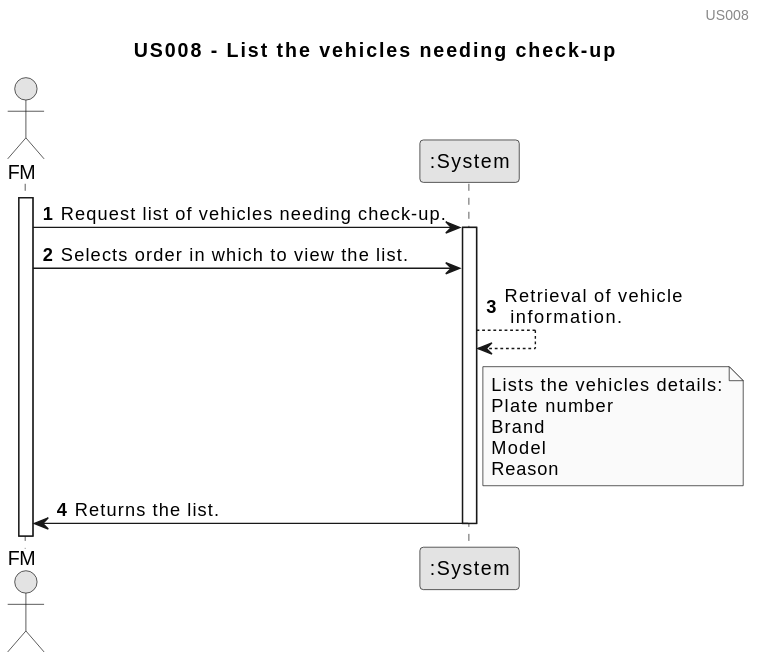
Before: docs/sprintC/us026/01.requirements-engineering/svg/us026-sequence_diagram.svg, a diagram exported from PlantUML (rpedros02/lei-24-s2-1DL-g08).
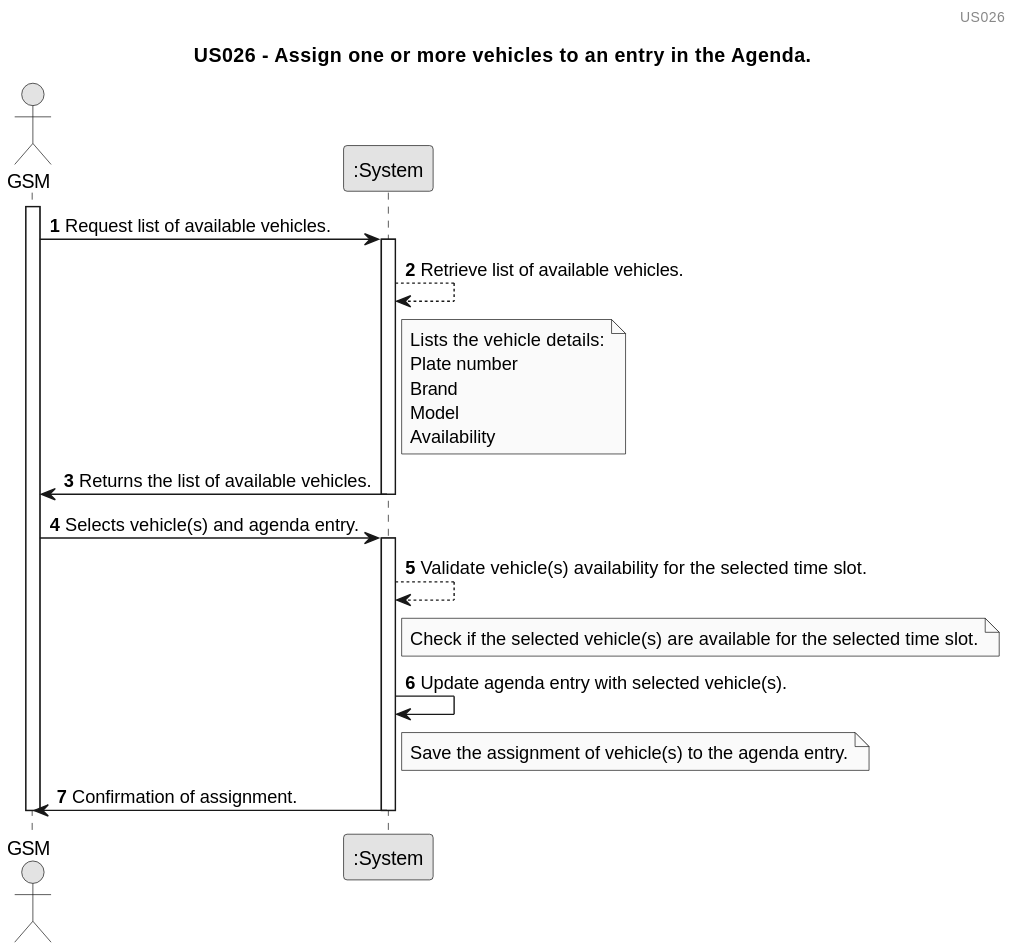
After the change.

What changed in the source:
```diff
@@ -3,20 +3,29 @@
 skinparam packageStyle rectangle
 skinparam shadowing false
 
-title US008 - List the vehicles needing check-up
-header US008
+title US026 - Assign one or more vehicles to an entry in the Agenda.
+header US026
 autonumber
-
-actor "FM" as fm
+actor "GSM" as gsm
 participant ":System" as System
 
-activate fm
+activate gsm
 
-    fm -> System : Request list of vehicles needing check-up.
+    gsm -> System : Request list of available vehicles.
     activate System
-        fm -> System : Selects order in which to view the list.
-        System --> System : Retrieval of vehicle\n information.
-        note right System : Lists the vehicles details:\nPlate number\nBrand\nModel\nReason
-        System -> fm : Returns the list.
+        System --> System : Retrieve list of available vehicles.
+        note right of System : Lists the vehicle details:\nPlate number\nBrand\nModel\nAvailability
+        System -> gsm : Returns the list of available vehicles.
     deactivate System
+
+    gsm -> System : Selects vehicle(s) and agenda entry.
+    activate System
+        System --> System : Validate vehicle(s) availability for the selected time slot.
+        note right of System : Check if the selected vehicle(s) are available for the selected time slot.
+        System -> System : Update agenda entry with selected vehicle(s).
+        note right of System : Save the assignment of vehicle(s) to the agenda entry.
+        System -> gsm : Confirmation of assignment.
+    deactivate System
+
+deactivate gsm
 @enduml
```
